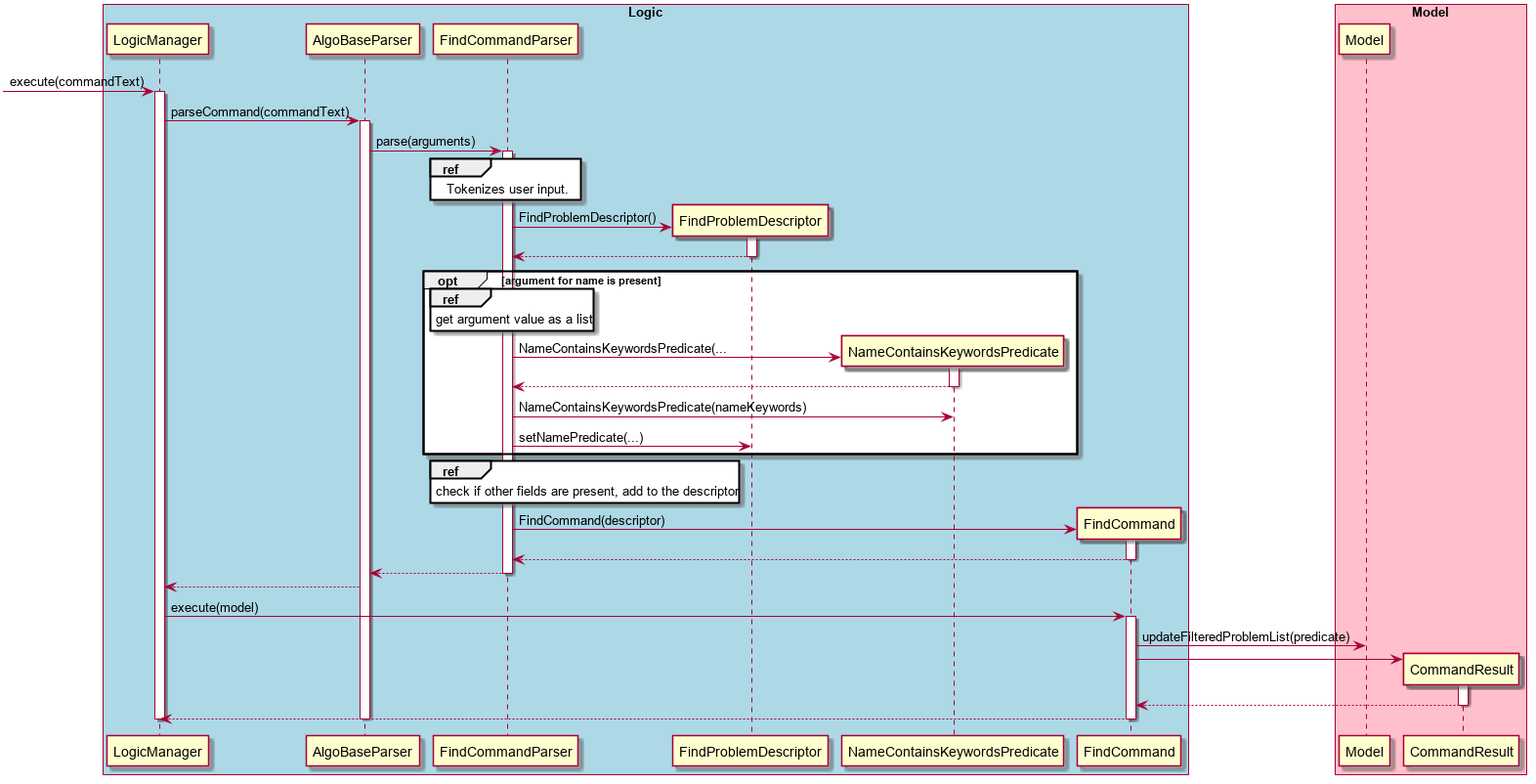
Earlier version of the PlantUML export docs/images/find/FindCommandSequenceDiagram.png (nus-cs2103-AY1920S1/addressbook-level3). Its diagram source:
```plantuml
@startuml
box "Logic" #LightBlue
[-> LogicManager: execute(commandText)

activate LogicManager
	LogicManager -> AlgoBaseParser: parseCommand(commandText)
	activate AlgoBaseParser
		AlgoBaseParser -> FindCommandParser: parse(arguments)
		activate FindCommandParser
			ref over FindCommandParser: Tokenizes user input.
			create FindProblemDescriptor
			FindCommandParser -> FindProblemDescriptor : FindProblemDescriptor()
			activate FindProblemDescriptor
				FindProblemDescriptor --> FindCommandParser
			deactivate FindProblemDescriptor
			opt argument for name is present
				ref over FindCommandParser: get argument value as a list
				create NameContainsKeywordsPredicate
				FindCommandParser -> NameContainsKeywordsPredicate : NameContainsKeywordsPredicate(...
				activate NameContainsKeywordsPredicate
					NameContainsKeywordsPredicate --> FindCommandParser
				deactivate NameContainsKeywordsPredicate
				FindCommandParser -> NameContainsKeywordsPredicate : NameContainsKeywordsPredicate(nameKeywords)
				FindCommandParser -> FindProblemDescriptor : setNamePredicate(...)
			end
			ref over FindCommandParser: check if other fields are present, add to the descriptor
			create FindCommand
			FindCommandParser -> FindCommand : FindCommand(descriptor)
			activate FindCommand
				FindCommand --> FindCommandParser
			deactivate FindCommand
			FindCommandParser --> AlgoBaseParser
		deactivate FindCommandParser
		AlgoBaseParser --> LogicManager
		LogicManager -> FindCommand : execute(model)
		activate FindCommand
end box
box "Model" #Pink
			FindCommand -> Model : updateFilteredProblemList(predicate)
			create CommandResult
			FindCommand -> CommandResult
			activate CommandResult
				CommandResult --> FindCommand
			deactivate CommandResult
end box
			FindCommand --> LogicManager
		deactivate FindCommand
	deactivate AlgoBaseParser

deactivate LogicManager
@enduml
```
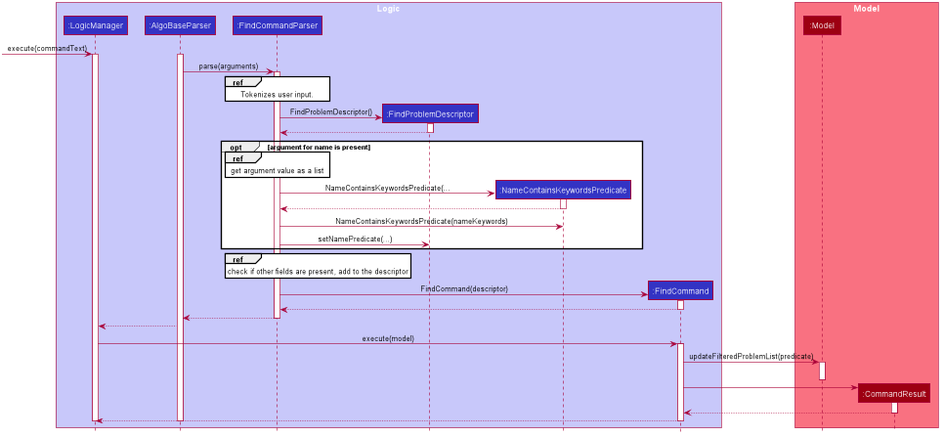
The same diagram one commit later.

Commit message:
Simplify UML for find feature implementation

The edit, as a diff of the source:
```diff
@@ -1,9 +1,64 @@
 @startuml
-box "Logic" #LightBlue
+
+
+
+
+
+
+
+
+skinparam BackgroundColor #FFFFFFF
+
+skinparam Shadowing false
+
+skinparam Class {
+    FontColor #FFFFFF
+    BorderThickness 1
+    BorderColor #FFFFFF
+    StereotypeFontColor #FFFFFF
+    FontName Arial
+}
+
+skinparam Actor {
+    BorderColor #000000
+    Color #000000
+    FontName Arial
+}
+
+skinparam Sequence {
+    MessageAlign center
+    BoxFontSize 15
+    BoxPadding 0
+    BoxFontColor #FFFFFF
+    FontName Arial
+}
+
+skinparam Participant {
+    FontColor #FFFFFFF
+    Padding 20
+}
+
+skinparam MinClassWidth 50
+skinparam ParticipantPadding 10
+skinparam Shadowing false
+skinparam DefaultTextAlignment center
+skinparam packageStyle Rectangle
+
+hide footbox
+hide members
+hide circle
+box "Logic" #C8C8FA
+
+participant ":LogicManager" as LogicManager #3333C4
+participant ":AlgoBaseParser" as AlgoBaseParser #3333C4
+participant ":FindCommandParser" as FindCommandParser #3333C4
+participant ":FindProblemDescriptor" as FindProblemDescriptor #3333C4
+participant ":NameContainsKeywordsPredicate" as NameContainsKeywordsPredicate #3333C4
+participant ":FindCommand" as FindCommand #3333C4
+
 [-> LogicManager: execute(commandText)
 
 activate LogicManager
-	LogicManager -> AlgoBaseParser: parseCommand(commandText)
 	activate AlgoBaseParser
 		AlgoBaseParser -> FindCommandParser: parse(arguments)
 		activate FindCommandParser
@@ -35,8 +90,13 @@
 		LogicManager -> FindCommand : execute(model)
 		activate FindCommand
 end box
-box "Model" #Pink
+
+box "Model" #F97181
+participant ":Model" as Model #9D0012
+participant ":CommandResult" as CommandResult #9D0012
 			FindCommand -> Model : updateFilteredProblemList(predicate)
+			activate Model
+			deactivate Model
 			create CommandResult
 			FindCommand -> CommandResult
 			activate CommandResult
```
